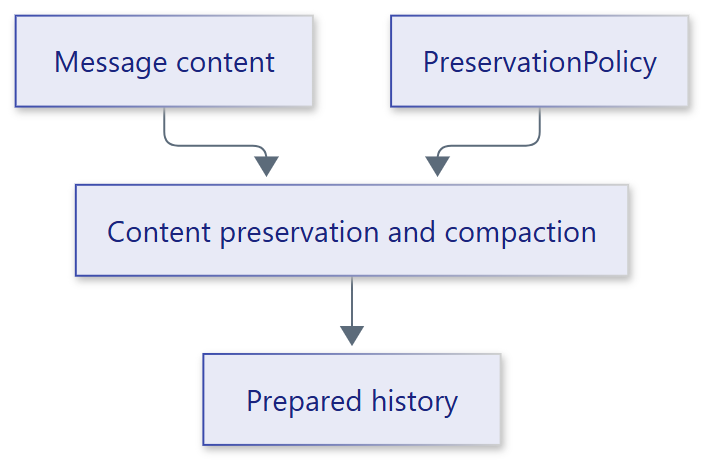
Above: docs/assets/diagrams/preservation.png in smuniharish/contextsage (Mermaid), before the change. Its source is kept beside it as diagrams/preservation.mmd.
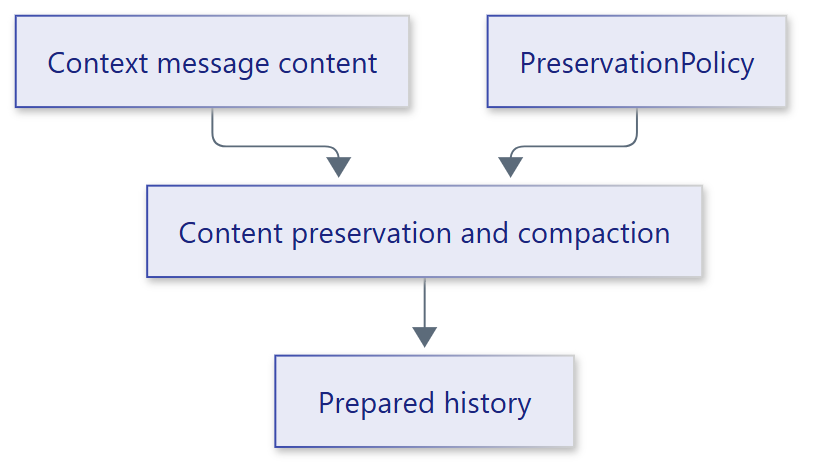
After the change.

Diff of the diagram source:
```diff
@@ -1,4 +1,4 @@
 flowchart TB
-    content["Message content"] --> processing["Content preservation and compaction"]
+    content["Context message content"] --> processing["Content preservation and compaction"]
     policy["PreservationPolicy"] --> processing
     processing --> result["Prepared history"]
```
